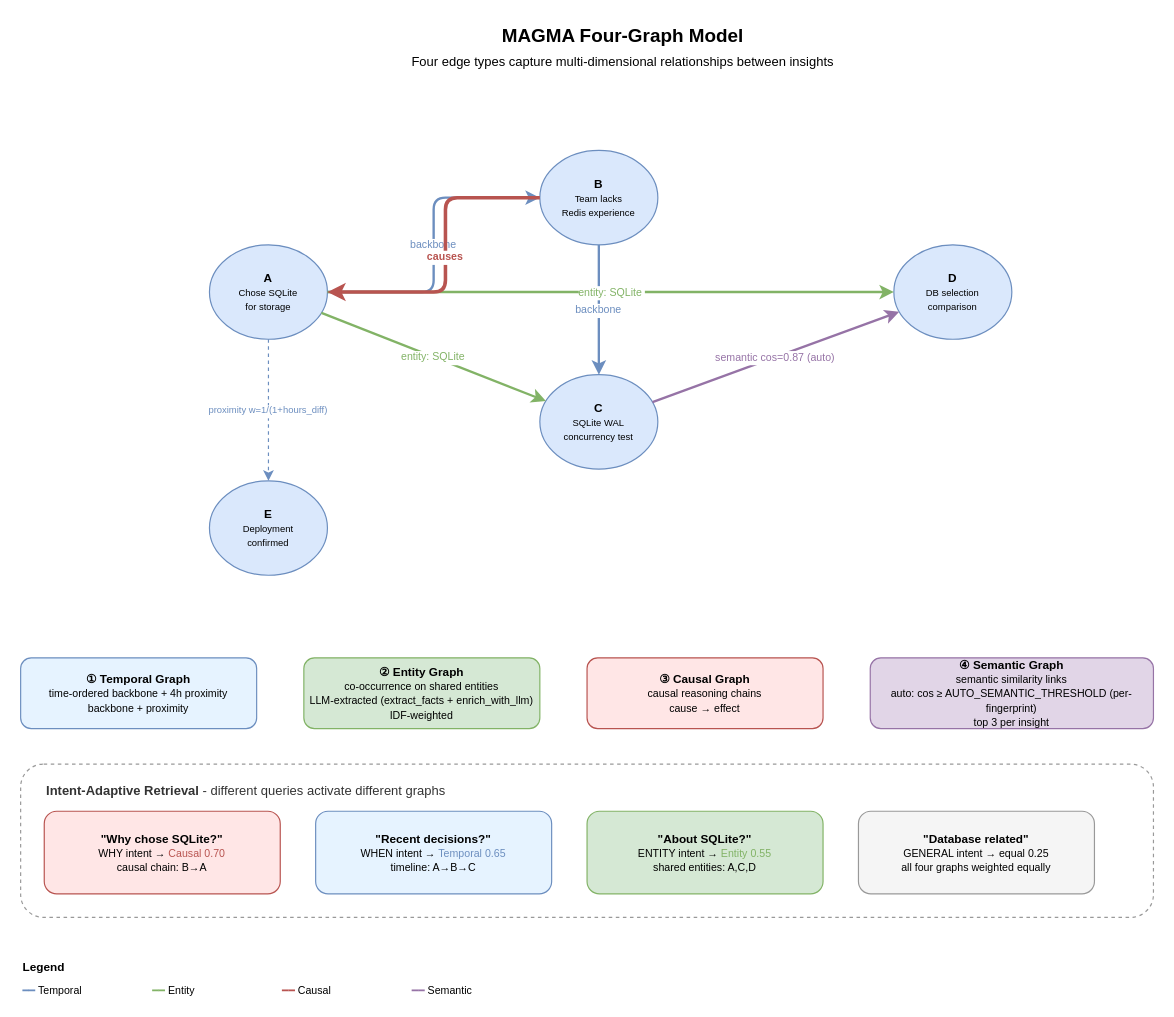
Above: docs/diagrams/04-magma-four-graph.drawio in bissli/memman (draw.io), before the change. Source tidied: cells renumbered, new cells numbered last; positions are measured from the earlier drawing's top-left corner, leaving out a move shared by most shapes. Both pictures are drawn from the tidied source at 118%, with x=0, y=0 at pixel (20, 20).
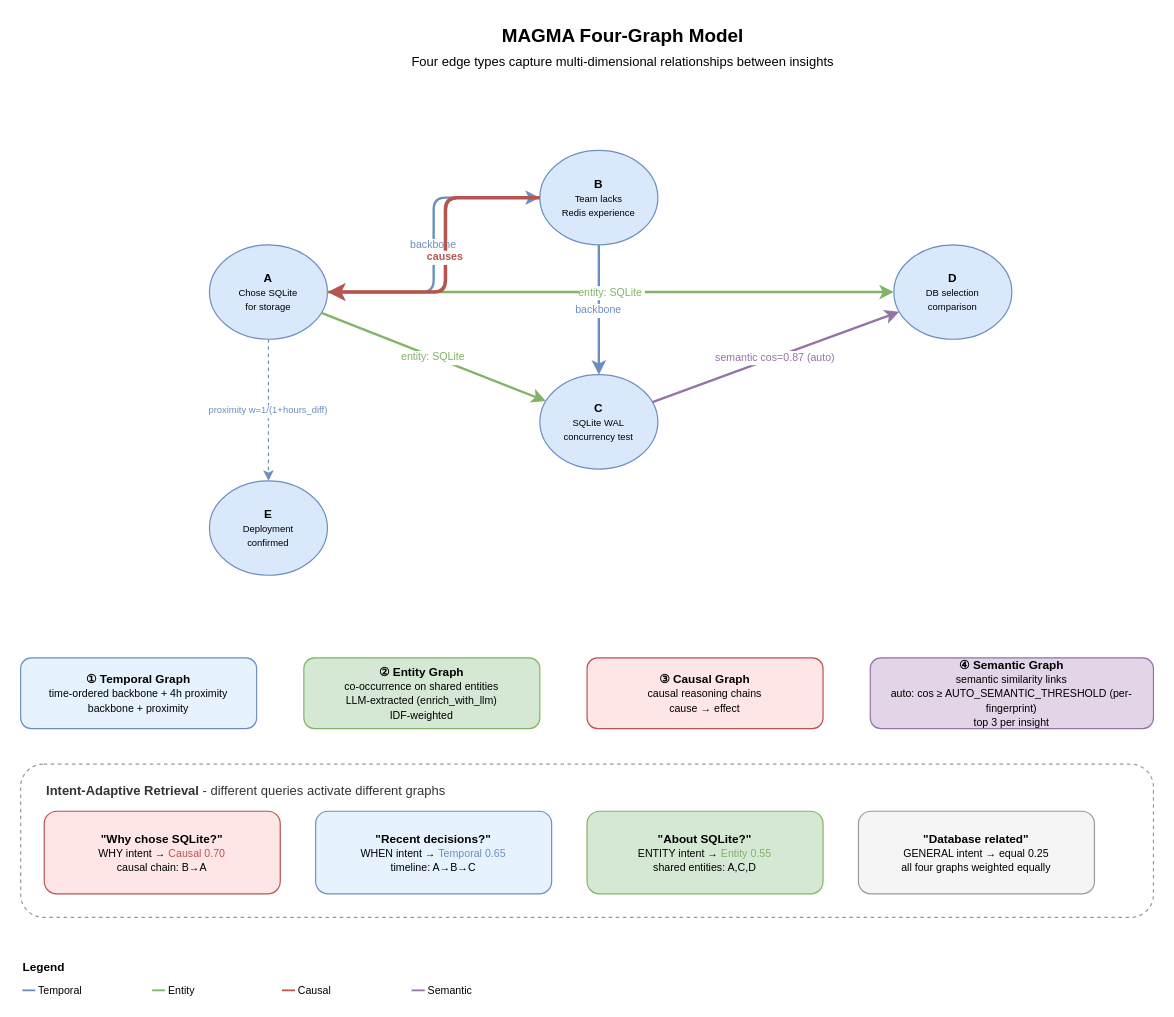
The same diagram, later.

The edit, as a diff of the source:
```diff
@@
-    <mxCell id="12" value="&lt;b&gt;② Entity Graph&lt;/b&gt;&lt;br&gt;&lt;font style=&quot;font-size:9px&quot;&gt;co-occurrence on shared entities&lt;br&gt;LLM-extracted (extract_facts + enrich_with_llm)&lt;br&gt;IDF-weighted&lt;/font&gt;" style="rounded=1;whiteSpace=wrap;html=1;fillColor=#d5e8d4;strokeColor=#82b366;fontSize=10;" parent="1" vertex="1">
+    <mxCell id="12" value="&lt;b&gt;② Entity Graph&lt;/b&gt;&lt;br&gt;&lt;font style=&quot;font-size:9px&quot;&gt;co-occurrence on shared entities&lt;br&gt;LLM-extracted (enrich_with_llm)&lt;br&gt;IDF-weighted&lt;/font&gt;" style="rounded=1;whiteSpace=wrap;html=1;fillColor=#d5e8d4;strokeColor=#82b366;fontSize=10;" parent="1" vertex="1">
       <mxGeometry x="240" y="540" width="200" height="60" as="geometry" />
     </mxCell>
```
